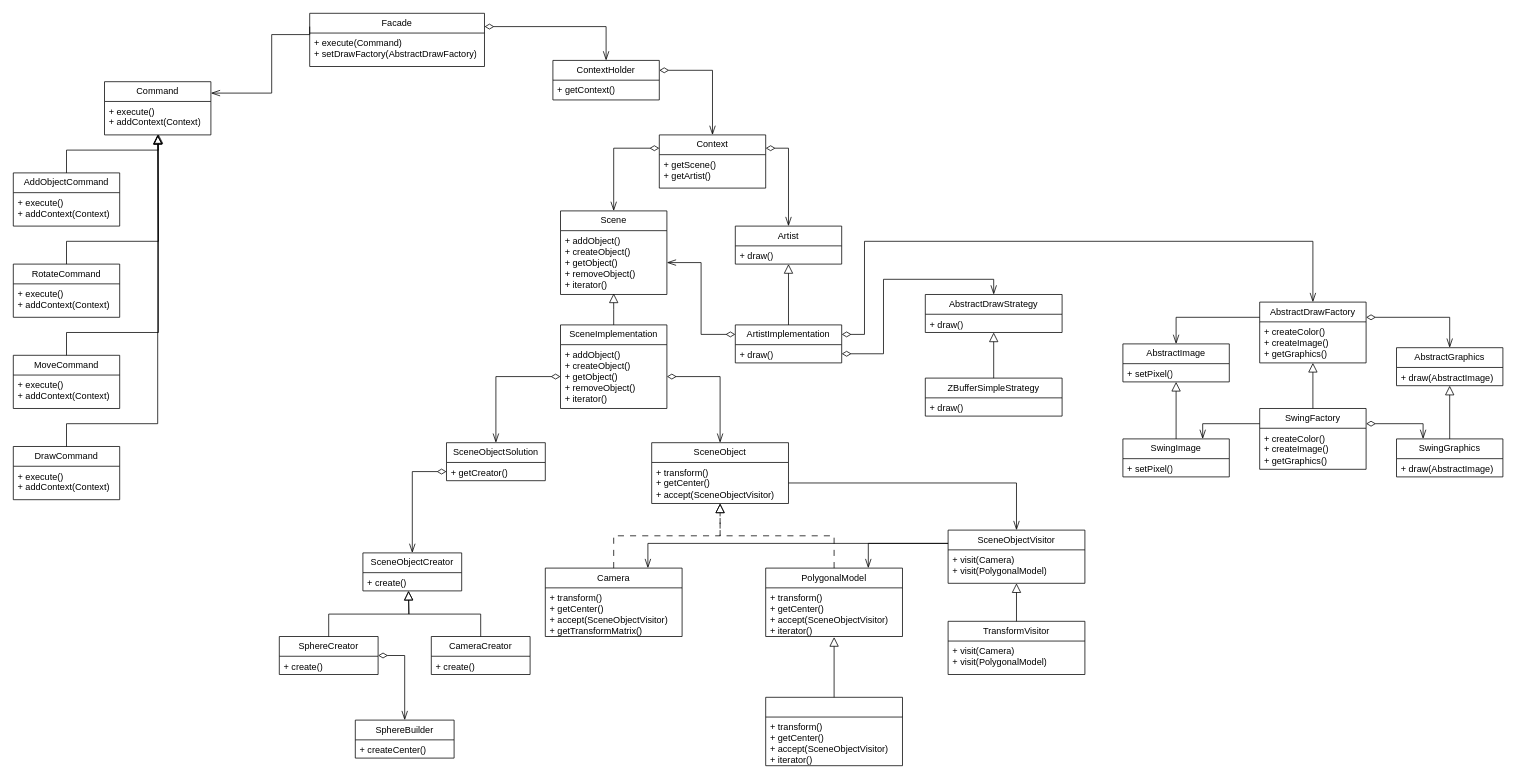
Before: uml/diagram.drawio in N1ckBaran0v/cg-coursework, a draw.io diagram. Source tidied: cells renumbered, new cells numbered last; positions are measured from the earlier drawing's top-left corner, leaving out a move shared by most shapes. Both pictures are drawn from the tidied source at 76%, with x=0, y=0 at pixel (13, 13).
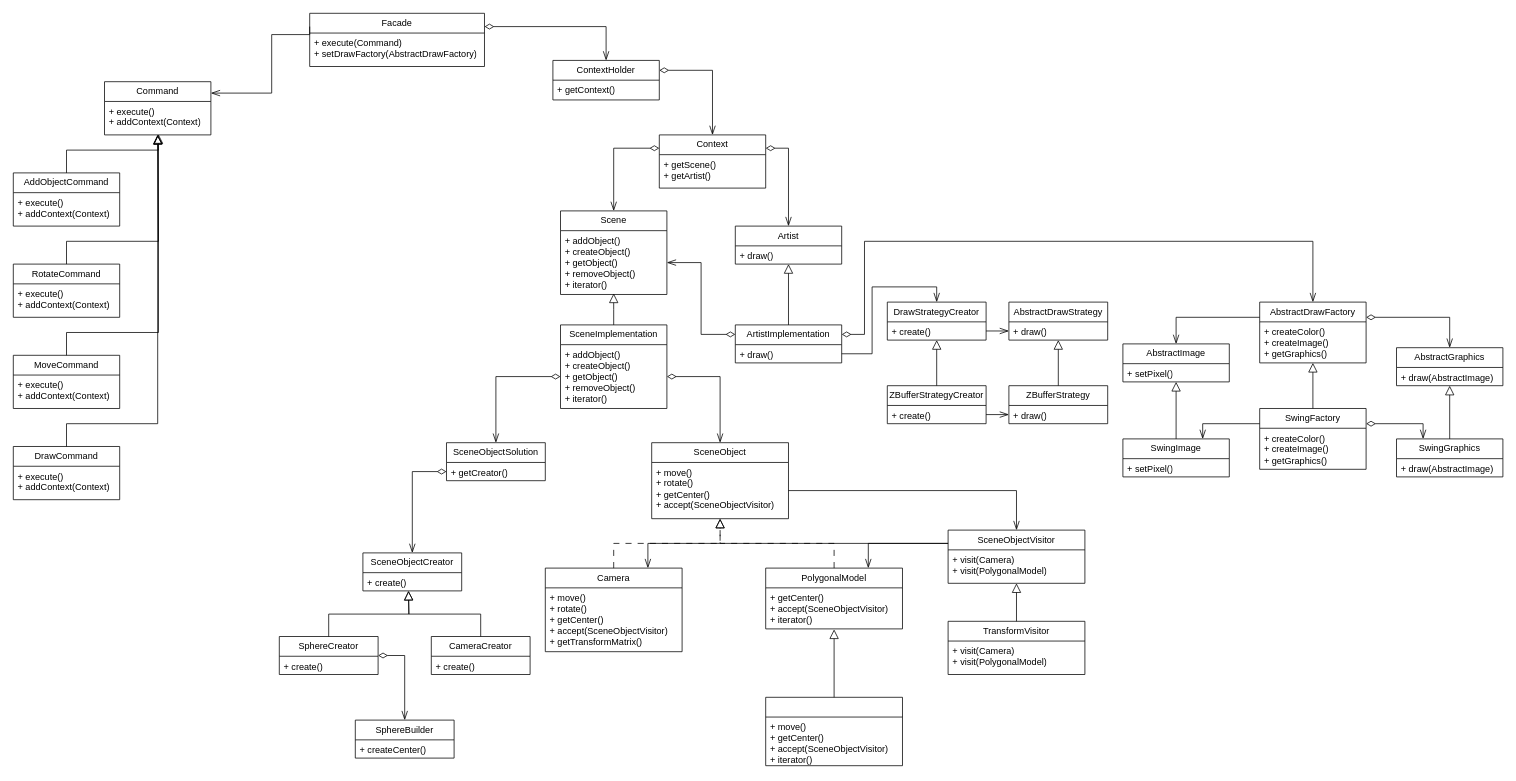
Above is the later version.

The change refers to these unchanged cells:
```xml
<mxCell id="30" value="&lt;div&gt;&lt;div&gt;+ draw()&lt;/div&gt;&lt;/div&gt;" style="text;strokeColor=none;fillColor=none;align=left;verticalAlign=top;spacingLeft=4;spacingRight=4;overflow=hidden;points=[[0,0.5],[1,0.5]];portConstraint=eastwest;whiteSpace=wrap;html=1;" parent="29" vertex="1">
  <mxGeometry y="26" width="140" height="24" as="geometry" />
</mxCell>
<mxCell id="60" value="&lt;font color=&quot;#ffffff&quot;&gt;ConvexObject&lt;/font&gt;" style="swimlane;fontStyle=0;horizontal=1;startSize=26;fillColor=none;whiteSpace=wrap;html=1;" parent="1" vertex="1">
  <mxGeometry x="990" y="900" width="180" height="90" as="geometry" />
</mxCell>
```

What changed in the source:
```diff
@@
     <mxCell id="46" value="SceneObject" style="swimlane;fontStyle=0;horizontal=1;startSize=26;fillColor=none;whiteSpace=wrap;html=1;" parent="1" vertex="1">
-      <mxGeometry x="840" y="565" width="180" height="80" as="geometry" />
+      <mxGeometry x="840" y="565" width="180" height="100" as="geometry" />
     </mxCell>
-    <mxCell id="47" value="&lt;div&gt;&lt;div&gt;+ transform()&lt;/div&gt;&lt;/div&gt;&lt;div&gt;+ getCenter()&lt;/div&gt;&lt;div&gt;+ accept(SceneObjectVisitor)&lt;/div&gt;" style="text;strokeColor=none;fillColor=none;align=left;verticalAlign=top;spacingLeft=4;spacingRight=4;overflow=hidden;points=[[0,0.5],[1,0.5]];portConstraint=eastwest;whiteSpace=wrap;html=1;" parent="46" vertex="1">
-      <mxGeometry y="26" width="180" height="54" as="geometry" />
+    <mxCell id="47" value="&lt;div&gt;&lt;div&gt;+ move()&lt;/div&gt;&lt;/div&gt;&lt;div&gt;+ rotate()&lt;/div&gt;&lt;div&gt;+ getCenter()&lt;/div&gt;&lt;div&gt;+ accept(SceneObjectVisitor)&lt;/div&gt;" style="text;strokeColor=none;fillColor=none;align=left;verticalAlign=top;spacingLeft=4;spacingRight=4;overflow=hidden;points=[[0,0.5],[1,0.5]];portConstraint=eastwest;whiteSpace=wrap;html=1;" parent="46" vertex="1">
+      <mxGeometry y="26" width="180" height="74" as="geometry" />
     </mxCell>
@@
     <mxCell id="49" value="Camera" style="swimlane;fontStyle=0;horizontal=1;startSize=26;fillColor=none;whiteSpace=wrap;html=1;" parent="1" vertex="1">
-      <mxGeometry x="700" y="730" width="180" height="90" as="geometry" />
+      <mxGeometry x="700" y="730" width="180" height="110" as="geometry" />
     </mxCell>
-    <mxCell id="50" value="&lt;div&gt;&lt;div&gt;+ transform()&lt;/div&gt;&lt;/div&gt;&lt;div&gt;+ getCenter()&lt;/div&gt;&lt;div&gt;+ accept(SceneObjectVisitor)&lt;/div&gt;&lt;div&gt;+ getTransformMatrix()&lt;/div&gt;" style="text;strokeColor=none;fillColor=none;align=left;verticalAlign=top;spacingLeft=4;spacingRight=4;overflow=hidden;whiteSpace=wrap;html=1;" parent="49" vertex="1">
-      <mxGeometry y="26" width="180" height="64" as="geometry" />
+    <mxCell id="50" value="&lt;div&gt;&lt;div&gt;+ move()&lt;/div&gt;&lt;/div&gt;&lt;div&gt;+ rotate()&lt;/div&gt;&lt;div&gt;+ getCenter()&lt;/div&gt;&lt;div&gt;+ accept(SceneObjectVisitor)&lt;/div&gt;&lt;div&gt;+ getTransformMatrix()&lt;/div&gt;" style="text;strokeColor=none;fillColor=none;align=left;verticalAlign=top;spacingLeft=4;spacingRight=4;overflow=hidden;whiteSpace=wrap;html=1;" parent="49" vertex="1">
+      <mxGeometry y="26" width="180" height="84" as="geometry" />
     </mxCell>
     <mxCell id="51" value="PolygonalModel" style="swimlane;fontStyle=0;horizontal=1;startSize=26;fillColor=none;whiteSpace=wrap;html=1;" parent="1" vertex="1">
-      <mxGeometry x="990" y="730" width="180" height="90" as="geometry" />
+      <mxGeometry x="990" y="730" width="180" height="80" as="geometry" />
     </mxCell>
-    <mxCell id="52" value="&lt;div&gt;&lt;div&gt;+ transform()&lt;/div&gt;&lt;/div&gt;&lt;div&gt;+ getCenter()&lt;/div&gt;&lt;div&gt;+ accept(SceneObjectVisitor)&lt;/div&gt;&lt;div&gt;+ iterator()&lt;/div&gt;" style="text;strokeColor=none;fillColor=none;align=left;verticalAlign=top;spacingLeft=4;spacingRight=4;overflow=hidden;points=[[0,0.5],[1,0.5]];portConstraint=eastwest;whiteSpace=wrap;html=1;" parent="51" vertex="1">
-      <mxGeometry y="26" width="180" height="64" as="geometry" />
+    <mxCell id="52" value="&lt;div&gt;&lt;div&gt;+&amp;nbsp;&lt;span style=&quot;background-color: initial;&quot;&gt;getCenter()&lt;/span&gt;&lt;/div&gt;&lt;/div&gt;&lt;div&gt;+ accept(SceneObjectVisitor)&lt;/div&gt;&lt;div&gt;+ iterator()&lt;/div&gt;" style="text;strokeColor=none;fillColor=none;align=left;verticalAlign=top;spacingLeft=4;spacingRight=4;overflow=hidden;points=[[0,0.5],[1,0.5]];portConstraint=eastwest;whiteSpace=wrap;html=1;" parent="51" vertex="1">
+      <mxGeometry y="26" width="180" height="54" as="geometry" />
     </mxCell>
@@
-    <mxCell id="61" value="&lt;div&gt;&lt;div&gt;+ transform()&lt;/div&gt;&lt;/div&gt;&lt;div&gt;+ getCenter()&lt;/div&gt;&lt;div&gt;+ accept(SceneObjectVisitor)&lt;/div&gt;&lt;div&gt;+ iterator()&lt;/div&gt;" style="text;strokeColor=none;fillColor=none;align=left;verticalAlign=top;spacingLeft=4;spacingRight=4;overflow=hidden;whiteSpace=wrap;html=1;" parent="60" vertex="1">
+    <mxCell id="61" value="&lt;div&gt;&lt;div&gt;+ move()&lt;/div&gt;&lt;/div&gt;&lt;div&gt;+ getCenter()&lt;/div&gt;&lt;div&gt;+ accept(SceneObjectVisitor)&lt;/div&gt;&lt;div&gt;+ iterator()&lt;/div&gt;" style="text;strokeColor=none;fillColor=none;align=left;verticalAlign=top;spacingLeft=4;spacingRight=4;overflow=hidden;whiteSpace=wrap;html=1;" parent="60" vertex="1">
       <mxGeometry y="26" width="180" height="64" as="geometry" />
     </mxCell>
@@
     <mxCell id="92" value="AbstractDrawStrategy" style="swimlane;fontStyle=0;horizontal=1;startSize=26;fillColor=none;whiteSpace=wrap;html=1;" parent="1" vertex="1">
-      <mxGeometry x="1200" y="370" width="180" height="50" as="geometry" />
+      <mxGeometry x="1310" y="380" width="130" height="50" as="geometry" />
     </mxCell>
     <mxCell id="93" value="&lt;div&gt;&lt;div&gt;+ draw()&lt;/div&gt;&lt;/div&gt;" style="text;strokeColor=none;fillColor=none;align=left;verticalAlign=top;spacingLeft=4;spacingRight=4;overflow=hidden;points=[[0,0.5],[1,0.5]];portConstraint=eastwest;whiteSpace=wrap;html=1;" parent="92" vertex="1">
-      <mxGeometry y="26" width="180" height="24" as="geometry" />
+      <mxGeometry y="26" width="130" height="24" as="geometry" />
     </mxCell>
-    <mxCell id="94" value="ZBufferSimpleStrategy" style="swimlane;fontStyle=0;horizontal=1;startSize=26;fillColor=none;whiteSpace=wrap;html=1;" parent="1" vertex="1">
-      <mxGeometry x="1200" y="480" width="180" height="50" as="geometry" />
+    <mxCell id="94" value="ZBufferStrategy" style="swimlane;fontStyle=0;horizontal=1;startSize=26;fillColor=none;whiteSpace=wrap;html=1;" parent="1" vertex="1">
+      <mxGeometry x="1310" y="490" width="130" height="50" as="geometry" />
     </mxCell>
     <mxCell id="95" value="&lt;div&gt;&lt;div&gt;+ draw()&lt;/div&gt;&lt;/div&gt;" style="text;strokeColor=none;fillColor=none;align=left;verticalAlign=top;spacingLeft=4;spacingRight=4;overflow=hidden;points=[[0,0.5],[1,0.5]];portConstraint=eastwest;whiteSpace=wrap;html=1;" parent="94" vertex="1">
-      <mxGeometry y="26" width="180" height="24" as="geometry" />
+      <mxGeometry y="26" width="130" height="24" as="geometry" />
     </mxCell>
@@
-    <mxCell id="97" style="edgeStyle=orthogonalEdgeStyle;shape=connector;rounded=0;jettySize=auto;html=1;exitX=1;exitY=0.5;exitDx=0;exitDy=0;entryX=0.5;entryY=0;entryDx=0;entryDy=0;strokeColor=default;align=center;verticalAlign=middle;fontFamily=Helvetica;fontSize=11;fontColor=default;labelBackgroundColor=default;startArrow=diamondThin;startFill=0;startSize=10;endArrow=openThin;endFill=0;endSize=10;" parent="1" edge="1" source="30" target="92">
-      <mxGeometry relative="1" as="geometry" />
-    </mxCell>
@@
+    <mxCell id="99" value="DrawStrategyCreator" style="swimlane;fontStyle=0;horizontal=1;startSize=26;fillColor=none;whiteSpace=wrap;html=1;" parent="1" vertex="1">
+      <mxGeometry x="1150" y="380" width="130" height="50" as="geometry" />
+    </mxCell>
+    <mxCell id="100" value="&lt;div&gt;&lt;div&gt;+ create()&lt;/div&gt;&lt;/div&gt;" style="text;strokeColor=none;fillColor=none;align=left;verticalAlign=top;spacingLeft=4;spacingRight=4;overflow=hidden;points=[[0,0.5],[1,0.5]];portConstraint=eastwest;whiteSpace=wrap;html=1;" parent="99" vertex="1">
+      <mxGeometry y="26" width="130" height="24" as="geometry" />
+    </mxCell>
+    <mxCell id="101" value="ZBufferStrategyCreator" style="swimlane;fontStyle=0;horizontal=1;startSize=26;fillColor=none;whiteSpace=wrap;html=1;" parent="1" vertex="1">
+      <mxGeometry x="1150" y="490" width="130" height="50" as="geometry" />
+    </mxCell>
+    <mxCell id="102" value="&lt;div&gt;&lt;div&gt;+ create()&lt;/div&gt;&lt;/div&gt;" style="text;strokeColor=none;fillColor=none;align=left;verticalAlign=top;spacingLeft=4;spacingRight=4;overflow=hidden;points=[[0,0.5],[1,0.5]];portConstraint=eastwest;whiteSpace=wrap;html=1;" parent="101" vertex="1">
+      <mxGeometry y="26" width="130" height="24" as="geometry" />
+    </mxCell>
+    <mxCell id="103" style="edgeStyle=orthogonalEdgeStyle;shape=connector;rounded=0;jettySize=auto;html=1;exitX=0.5;exitY=0;exitDx=0;exitDy=0;entryX=0.5;entryY=1;entryDx=0;entryDy=0;entryPerimeter=0;strokeColor=default;align=center;verticalAlign=middle;fontFamily=Helvetica;fontSize=11;fontColor=default;labelBackgroundColor=default;startArrow=none;startFill=0;startSize=10;endArrow=block;endFill=0;endSize=10;" parent="1" edge="1" source="101" target="100">
+      <mxGeometry relative="1" as="geometry" />
+    </mxCell>
+    <mxCell id="104" style="edgeStyle=orthogonalEdgeStyle;shape=connector;rounded=0;jettySize=auto;html=1;exitX=1;exitY=0.5;exitDx=0;exitDy=0;entryX=0.5;entryY=0;entryDx=0;entryDy=0;strokeColor=default;align=center;verticalAlign=middle;fontFamily=Helvetica;fontSize=11;fontColor=default;labelBackgroundColor=default;startSize=10;endArrow=openThin;endFill=0;endSize=10;" parent="1" edge="1" source="30" target="99">
+      <mxGeometry relative="1" as="geometry">
+        <Array as="points">
+          <mxPoint x="1130" y="448" />
+          <mxPoint x="1130" y="360" />
+          <mxPoint x="1215" y="360" />
+        </Array>
+      </mxGeometry>
+    </mxCell>
+    <mxCell id="105" style="edgeStyle=orthogonalEdgeStyle;shape=connector;rounded=0;jettySize=auto;html=1;exitX=1;exitY=0.5;exitDx=0;exitDy=0;entryX=0;entryY=0.5;entryDx=0;entryDy=0;strokeColor=default;align=center;verticalAlign=middle;fontFamily=Helvetica;fontSize=11;fontColor=default;labelBackgroundColor=default;startSize=10;endArrow=openThin;endFill=0;endSize=10;" parent="1" edge="1" source="100" target="93">
+      <mxGeometry relative="1" as="geometry" />
+    </mxCell>
+    <mxCell id="106" style="edgeStyle=orthogonalEdgeStyle;shape=connector;rounded=0;jettySize=auto;html=1;exitX=1;exitY=0.5;exitDx=0;exitDy=0;entryX=0;entryY=0.5;entryDx=0;entryDy=0;strokeColor=default;align=center;verticalAlign=middle;fontFamily=Helvetica;fontSize=11;fontColor=default;labelBackgroundColor=default;startSize=10;endArrow=openThin;endFill=0;endSize=10;" parent="1" edge="1" source="102" target="95">
+      <mxGeometry relative="1" as="geometry" />
+    </mxCell>
```
